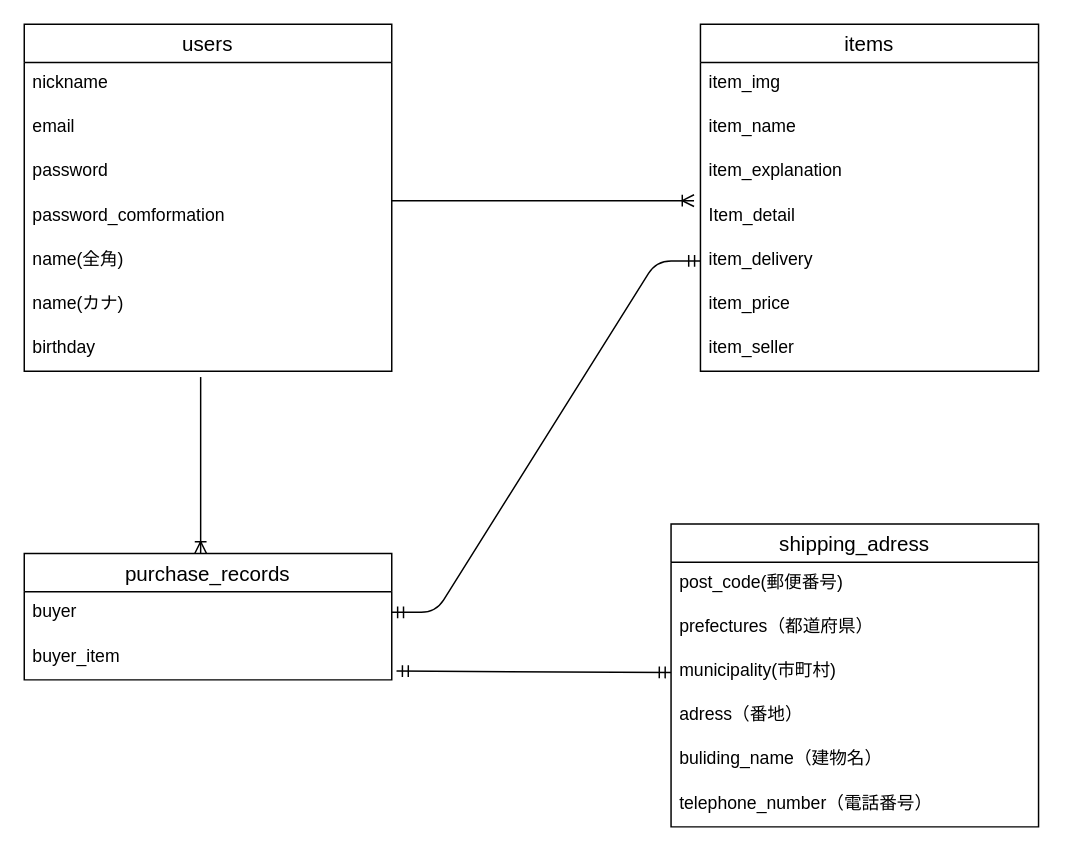
Earlier version of the draw.io diagram page "ページ1" (1 of 2) of ER.dio (upamaru0104/furima-39197). Source tidied: cells renumbered, new cells numbered last; positions are measured from the earlier drawing's top-left corner, leaving out a move shared by most shapes. Both pictures are drawn from the tidied source at 147%, with x=0, y=0 at pixel (24, 24).
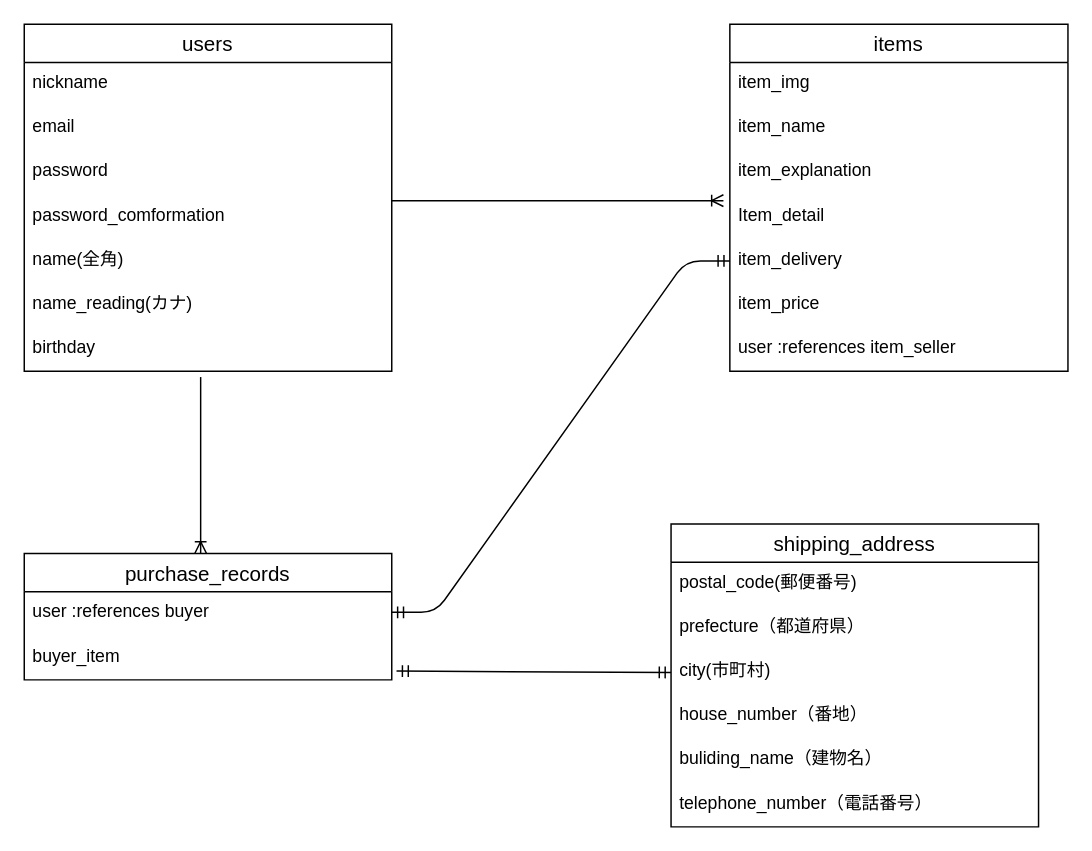
After the change.

The change refers to these unchanged cells:
```xml
<mxCell id="2" value="users" style="swimlane;fontStyle=0;horizontal=1;startSize=26;align=center;fontSize=14;" parent="1" vertex="1">
  <mxGeometry width="250" height="236" as="geometry" />
</mxCell>
<mxCell id="18" value="purchase_records" style="swimlane;fontStyle=0;horizontal=1;startSize=26;align=center;fontSize=14;" parent="1" vertex="1">
  <mxGeometry y="360" width="250" height="86" as="geometry" />
</mxCell>
```

Diff of the diagram source:
```diff
@@
-    <mxCell id="8" value="name(カナ)" style="text;strokeColor=none;fillColor=none;spacingLeft=4;spacingRight=4;overflow=hidden;fontSize=12;" parent="2" vertex="1">
+    <mxCell id="8" value="name_reading(カナ)" style="text;strokeColor=none;fillColor=none;spacingLeft=4;spacingRight=4;overflow=hidden;fontSize=12;" parent="2" vertex="1">
       <mxGeometry y="176" width="250" height="30" as="geometry" />
     </mxCell>
@@
     <mxCell id="10" value="items" style="swimlane;fontStyle=0;horizontal=1;startSize=26;align=center;fontSize=14;" parent="1" vertex="1">
-      <mxGeometry x="460" width="230" height="236" as="geometry" />
+      <mxGeometry x="480" width="230" height="236" as="geometry" />
     </mxCell>
@@
-    <mxCell id="17" value="item_seller" style="text;strokeColor=none;fillColor=none;spacingLeft=4;spacingRight=4;overflow=hidden;fontSize=12;" parent="10" vertex="1">
+    <mxCell id="17" value="user :references item_seller" style="text;strokeColor=none;fillColor=none;spacingLeft=4;spacingRight=4;overflow=hidden;fontSize=12;" parent="10" vertex="1">
       <mxGeometry y="206" width="230" height="30" as="geometry" />
     </mxCell>
@@
-    <mxCell id="19" value="buyer" style="text;strokeColor=none;fillColor=none;spacingLeft=4;spacingRight=4;overflow=hidden;fontSize=12;" parent="18" vertex="1">
+    <mxCell id="19" value="user :references buyer" style="text;strokeColor=none;fillColor=none;spacingLeft=4;spacingRight=4;overflow=hidden;fontSize=12;" parent="18" vertex="1">
       <mxGeometry y="26" width="250" height="30" as="geometry" />
     </mxCell>
@@
-    <mxCell id="21" value="shipping_adress" style="swimlane;fontStyle=0;horizontal=1;startSize=26;align=center;fontSize=14;" parent="1" vertex="1">
+    <mxCell id="21" value="shipping_address" style="swimlane;fontStyle=0;horizontal=1;startSize=26;align=center;fontSize=14;" parent="1" vertex="1">
       <mxGeometry x="440" y="340" width="250" height="206" as="geometry" />
     </mxCell>
-    <mxCell id="22" value="post_code(郵便番号)" style="text;strokeColor=none;fillColor=none;spacingLeft=4;spacingRight=4;overflow=hidden;fontSize=12;" parent="21" vertex="1">
+    <mxCell id="22" value="postal_code(郵便番号)" style="text;strokeColor=none;fillColor=none;spacingLeft=4;spacingRight=4;overflow=hidden;fontSize=12;" parent="21" vertex="1">
       <mxGeometry y="26" width="250" height="30" as="geometry" />
     </mxCell>
-    <mxCell id="23" value="prefectures（都道府県）" style="text;strokeColor=none;fillColor=none;spacingLeft=4;spacingRight=4;overflow=hidden;fontSize=12;" parent="21" vertex="1">
+    <mxCell id="23" value="prefecture（都道府県）" style="text;strokeColor=none;fillColor=none;spacingLeft=4;spacingRight=4;overflow=hidden;fontSize=12;" parent="21" vertex="1">
       <mxGeometry y="56" width="250" height="30" as="geometry" />
     </mxCell>
-    <mxCell id="24" value="municipality(市町村)" style="text;strokeColor=none;fillColor=none;spacingLeft=4;spacingRight=4;overflow=hidden;points=[[0,0.5],[1,0.5]];portConstraint=eastwest;fontSize=12;" parent="21" vertex="1">
+    <mxCell id="24" value="city(市町村)" style="text;strokeColor=none;fillColor=none;spacingLeft=4;spacingRight=4;overflow=hidden;points=[[0,0.5],[1,0.5]];portConstraint=eastwest;fontSize=12;" parent="21" vertex="1">
       <mxGeometry y="86" width="250" height="30" as="geometry" />
     </mxCell>
-    <mxCell id="25" value="adress（番地）" style="text;strokeColor=none;fillColor=none;spacingLeft=4;spacingRight=4;overflow=hidden;fontSize=12;" parent="21" vertex="1">
+    <mxCell id="25" value="house_number（番地）" style="text;strokeColor=none;fillColor=none;spacingLeft=4;spacingRight=4;overflow=hidden;fontSize=12;" parent="21" vertex="1">
       <mxGeometry y="116" width="250" height="30" as="geometry" />
     </mxCell>
```
